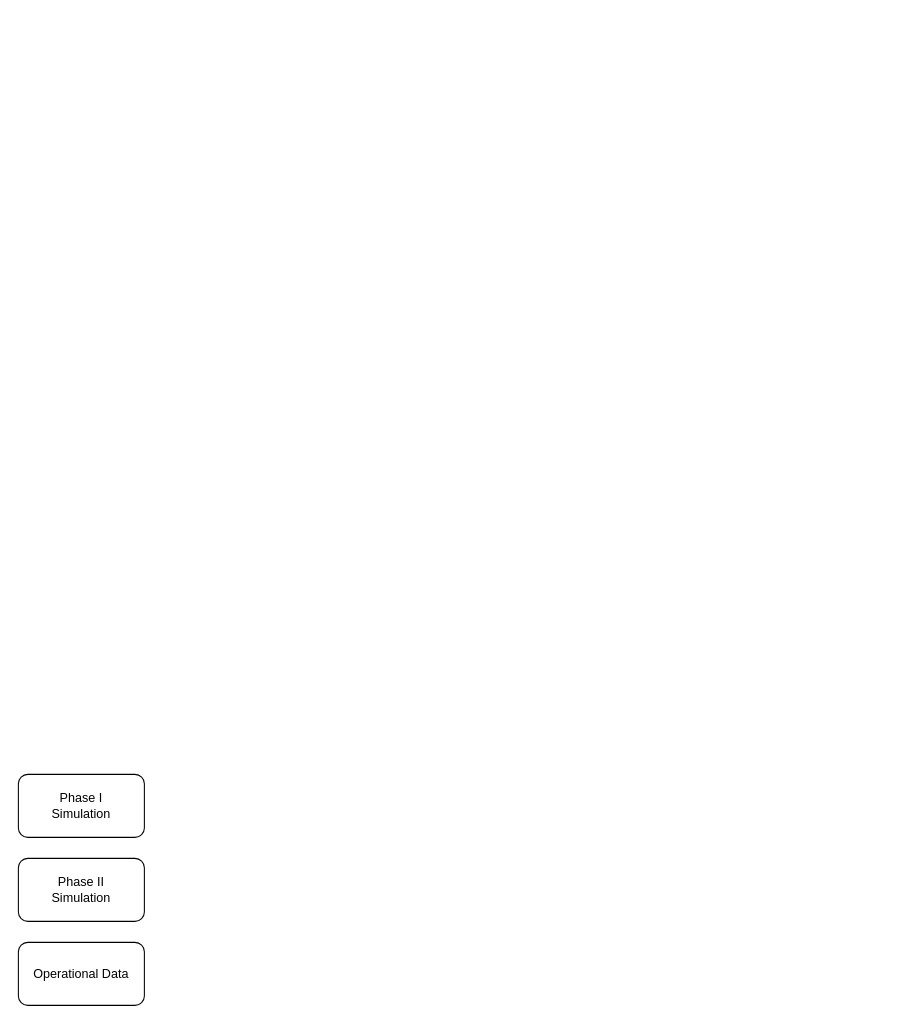
Before: page "Page-5" (6 of 6) of NCME_CPA.drawio in qipengchen/draw_io, a draw.io diagram. Source tidied: cells renumbered, new cells numbered last; positions are measured from the earlier drawing's top-left corner, leaving out a move shared by most shapes. Both pictures are drawn from the tidied source at 105%, with x=0, y=0 at pixel (18, 774).
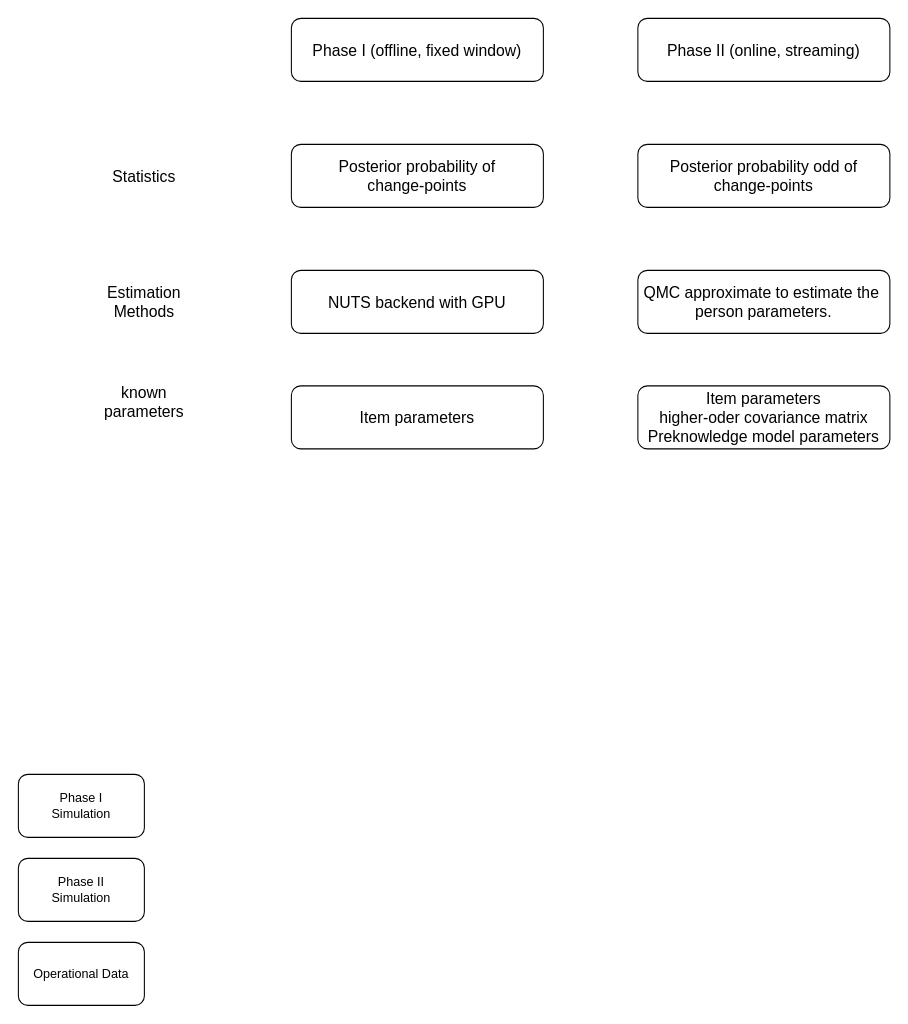
Above is the later version.

The edit, as a diff of the source:
```diff
@@
 <mxGraphModel>
   <root>
     <mxCell id="0" />
     <mxCell id="1" parent="0" />
     <mxCell id="2" value="Phase I&lt;br&gt;Simulation" style="rounded=1;whiteSpace=wrap;html=1;" parent="1" vertex="1">
       <mxGeometry width="120" height="60" as="geometry" />
     </mxCell>
     <mxCell id="3" value="Phase II&lt;br&gt;Simulation" style="rounded=1;whiteSpace=wrap;html=1;" parent="1" vertex="1">
       <mxGeometry y="80" width="120" height="60" as="geometry" />
     </mxCell>
     <mxCell id="4" value="Operational Data" style="rounded=1;whiteSpace=wrap;html=1;" parent="1" vertex="1">
       <mxGeometry y="160" width="120" height="60" as="geometry" />
     </mxCell>
+    <mxCell id="5" value="&lt;span style=&quot;text-align: left;&quot;&gt;Phase I (offline, fixed window)&lt;/span&gt;" style="rounded=1;whiteSpace=wrap;html=1;fontSize=15;" parent="1" vertex="1">
+      <mxGeometry x="260" y="-720" width="240" height="60" as="geometry" />
+    </mxCell>
+    <mxCell id="6" value="&lt;div style=&quot;text-align: left;&quot;&gt;&lt;span style=&quot;background-color: transparent; color: light-dark(rgb(0, 0, 0), rgb(255, 255, 255));&quot;&gt;NUTS&amp;nbsp;&lt;/span&gt;&lt;span&gt;backend&lt;/span&gt;&lt;span style=&quot;background-color: transparent; color: light-dark(rgb(0, 0, 0), rgb(255, 255, 255));&quot;&gt;&amp;nbsp;with GPU&lt;/span&gt;&lt;/div&gt;" style="rounded=1;whiteSpace=wrap;html=1;fontSize=15;" parent="1" vertex="1">
+      <mxGeometry x="260" y="-480" width="240" height="60" as="geometry" />
+    </mxCell>
+    <mxCell id="7" value="&lt;div style=&quot;&quot;&gt;Posterior probability of &lt;br&gt;change-points&lt;/div&gt;" style="rounded=1;whiteSpace=wrap;html=1;fontSize=15;align=center;" parent="1" vertex="1">
+      <mxGeometry x="260" y="-600" width="240" height="60" as="geometry" />
+    </mxCell>
+    <mxCell id="8" value="Statistics" style="text;html=1;align=center;verticalAlign=middle;whiteSpace=wrap;rounded=0;fontSize=15;" parent="1" vertex="1">
+      <mxGeometry x="90" y="-585" width="60" height="30" as="geometry" />
+    </mxCell>
+    <mxCell id="9" value="Estimation Methods" style="text;html=1;align=center;verticalAlign=middle;whiteSpace=wrap;rounded=0;fontSize=15;" parent="1" vertex="1">
+      <mxGeometry x="90" y="-465" width="60" height="30" as="geometry" />
+    </mxCell>
+    <mxCell id="10" value="known parameters" style="text;html=1;align=center;verticalAlign=middle;whiteSpace=wrap;rounded=0;fontSize=15;" parent="1" vertex="1">
+      <mxGeometry x="90" y="-370" width="60" height="30" as="geometry" />
+    </mxCell>
+    <mxCell id="11" value="&lt;div style=&quot;&quot;&gt;Item parameters&lt;/div&gt;" style="rounded=1;whiteSpace=wrap;html=1;fontSize=15;align=center;" parent="1" vertex="1">
+      <mxGeometry x="260" y="-370" width="240" height="60" as="geometry" />
+    </mxCell>
+    <mxCell id="12" value="&lt;span style=&quot;text-align: left;&quot;&gt;Phase II (online, streaming)&lt;/span&gt;" style="rounded=1;whiteSpace=wrap;html=1;fontSize=15;" parent="1" vertex="1">
+      <mxGeometry x="590" y="-720" width="240" height="60" as="geometry" />
+    </mxCell>
+    <mxCell id="13" value="&lt;div style=&quot;&quot;&gt;QMC approximate to estimate the&amp;nbsp; person parameters.&lt;/div&gt;" style="rounded=1;whiteSpace=wrap;html=1;fontSize=15;align=center;" parent="1" vertex="1">
+      <mxGeometry x="590" y="-480" width="240" height="60" as="geometry" />
+    </mxCell>
+    <mxCell id="14" value="&lt;div style=&quot;&quot;&gt;Posterior probability odd of &lt;br&gt;change-points&lt;/div&gt;" style="rounded=1;whiteSpace=wrap;html=1;fontSize=15;align=center;" parent="1" vertex="1">
+      <mxGeometry x="590" y="-600" width="240" height="60" as="geometry" />
+    </mxCell>
+    <mxCell id="15" value="&lt;div style=&quot;&quot;&gt;Item parameters&lt;br&gt;higher-oder covariance matrix&lt;br&gt;Preknowledge model parameters&lt;/div&gt;" style="rounded=1;whiteSpace=wrap;html=1;fontSize=15;align=center;" parent="1" vertex="1">
+      <mxGeometry x="590" y="-370" width="240" height="60" as="geometry" />
+    </mxCell>
   </root>
 </mxGraphModel>
```
